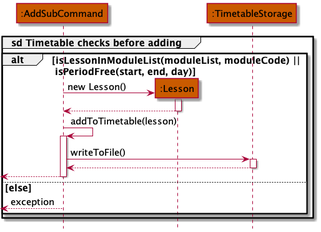
This is docs/assets/images/TimetableAddSequenceDiagram3.png from shyamgj1900/tp, a PlantUML export, as it was before one commit.
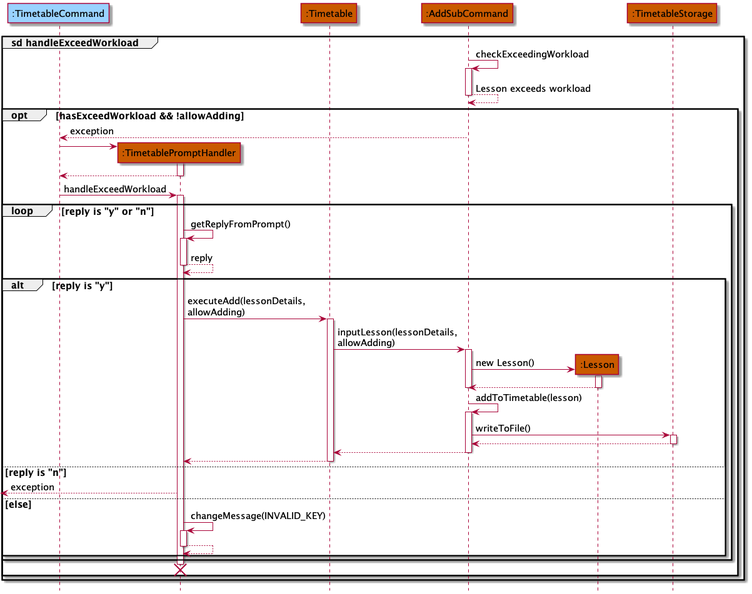
After the change.

Commit message:
Update DG for timetable add sequence diagram and timetable manual testing

What changed in the source:
```diff
@@ -1,36 +1,93 @@
 @startuml
 
 !include Style.puml
+
+participant ":TimetableCommand" as command COMMANDS_COLOR
+participant ":TimetablePromptHandler" as prompt TIMETABLE_COLOR
+participant ":Timetable" as table TIMETABLE_COLOR
 participant ":AddSubCommand" as subCommand TIMETABLE_COLOR
 participant ":Lesson" as lesson TIMETABLE_COLOR
 participant ":TimetableStorage" as storage TIMETABLE_COLOR
 
 hide footbox
 
-group sd Timetable checks before adding
+group sd handleExceedWorkload
+subCommand -> subCommand : checkExceedingWorkload
+activate subCommand
+subCommand --> subCommand : Lesson exceeds workload
+deactivate subCommand
+opt hasExceedWorkload && !allowAdding
 
+subCommand --> command : exception
 
-alt isLessonInModuleList(moduleList, moduleCode) || \n isPeriodFree(start, end, day)
+create prompt
+command -> prompt:
+activate prompt
+prompt --> command
+deactivate prompt
+
+command -> prompt: handleExceedWorkload
+activate prompt
+
+loop reply is "y" or "n"
+
+prompt -> prompt : getReplyFromPrompt()
+activate prompt
+prompt --> prompt : reply
+deactivate prompt
+
+alt reply is "y"
+
+prompt -> table : executeAdd(lessonDetails,\nallowAdding)
+activate table
+
+table -> subCommand : inputLesson(lessonDetails,\nallowAdding)
+activate subCommand
+
 create lesson
 subCommand -> lesson : new Lesson()
 activate lesson
+
 lesson --> subCommand
 deactivate lesson
+deactivate subCommand
 
 
 subCommand -> subCommand : addToTimetable(lesson)
+
 activate subCommand
+
 subCommand -> storage : writeToFile()
 activate storage
+
 storage --> subCommand
 deactivate storage
-subCommand -->[
+subCommand --> table
 deactivate subCommand
+table --> prompt
+deactivate table
+
+else reply is "n"
+
+prompt -->[ : exception
 
 else else
 
-subCommand -->[ : exception
+prompt -> prompt : changeMessage(INVALID_KEY)
+activate prompt
+
+prompt --> prompt
+deactivate prompt
 
 end
+
 end
+
+deactivate prompt
+destroy prompt
+
+end
+
+end
+
 @enduml
```
